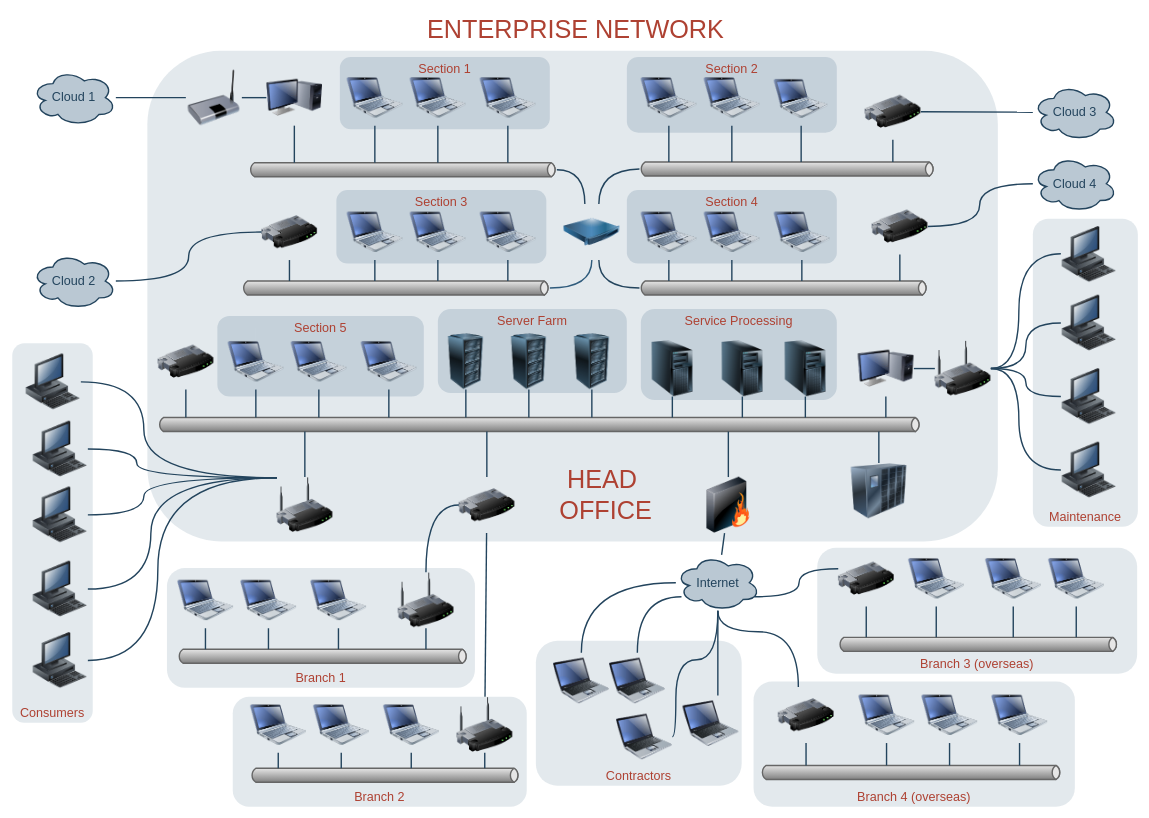
renataguimaraaes/ZABBIX_WINDOWS keeps this draw.io diagram as Servers_Fundaffemg.drawio. Above is the earlier version. Source tidied: cells renumbered, new cells numbered last; positions are measured from the earlier drawing's top-left corner, leaving out a move shared by most shapes. Both pictures are drawn from the tidied source at 70%, with x=0, y=0 at pixel (12, 12).
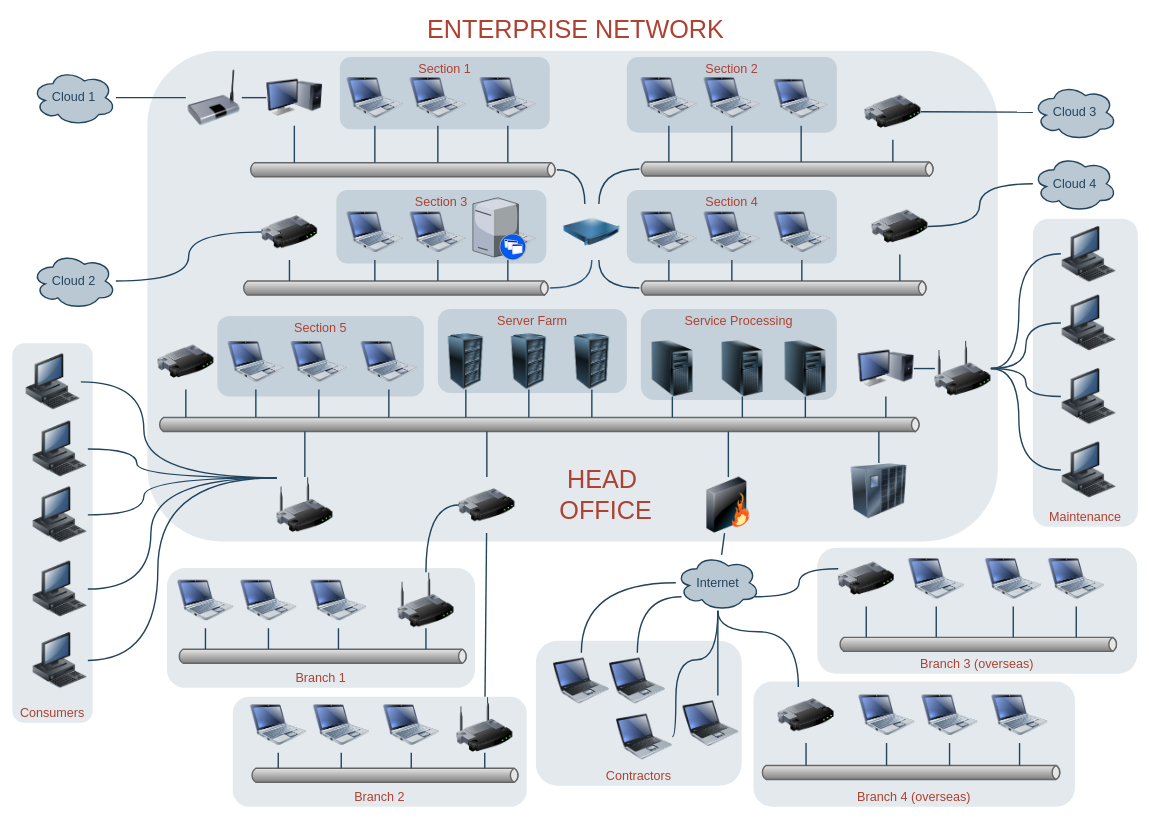
Above is the later version.

The edit, as a diff of the source:
```diff
@@
+    <mxCell id="173" style="verticalLabelPosition=bottom;html=1;verticalAlign=top;strokeColor=none;shape=mxgraph.citrix.xenapp_server;fillColor=#66B2FF;gradientColor=#0066CC;fontSize=14;" parent="1" vertex="1">
+      <mxGeometry x="658" y="265" width="76" height="89" as="geometry" />
+    </mxCell>
```
